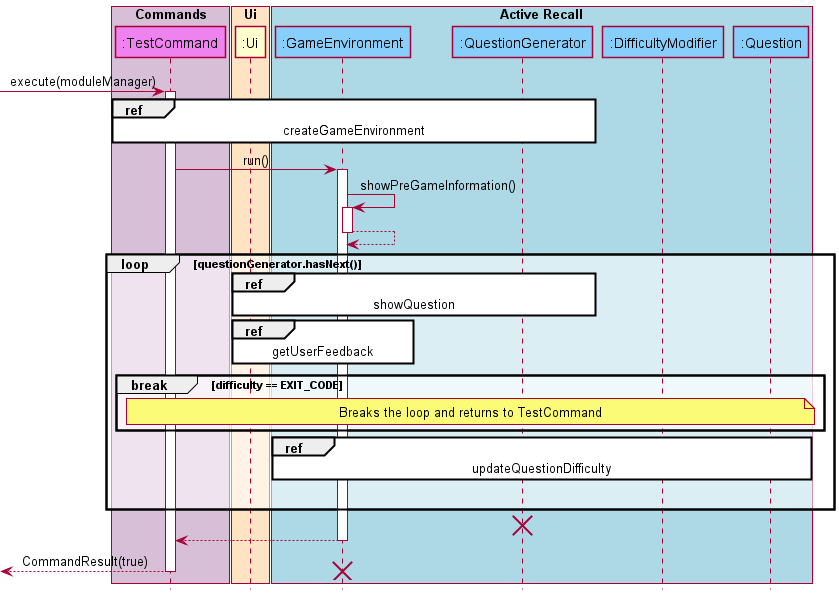
Before: docs/attachments/ActiveRecallSequenceDiagram.png, a diagram exported from PlantUML (nus-cs2113-AY2122S1/tp).
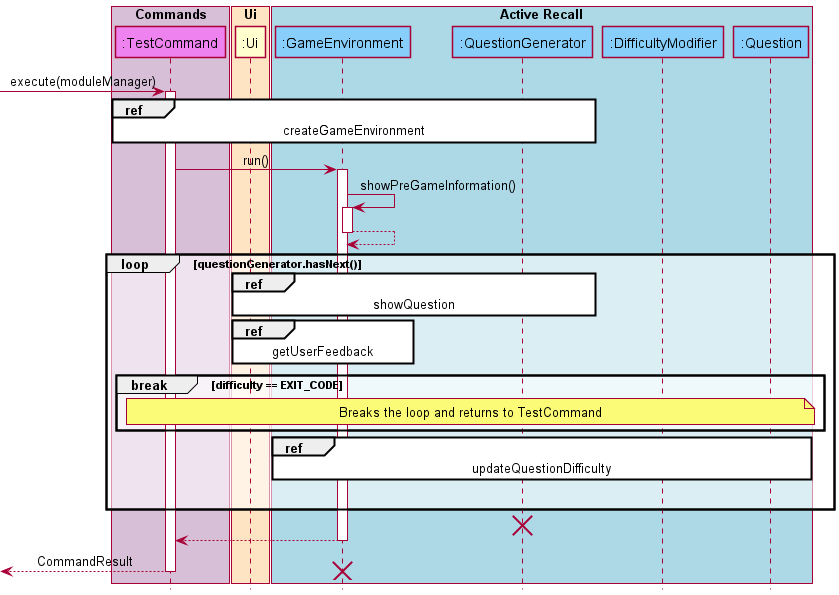
Later version of the same file.

Diff of the diagram source:
```diff
@@ -36,7 +36,7 @@
   destroy QuestionGenerator
 return
 
-return CommandResult(true)
+return CommandResult
 destroy GameEnvironment
 
 @enduml
```
